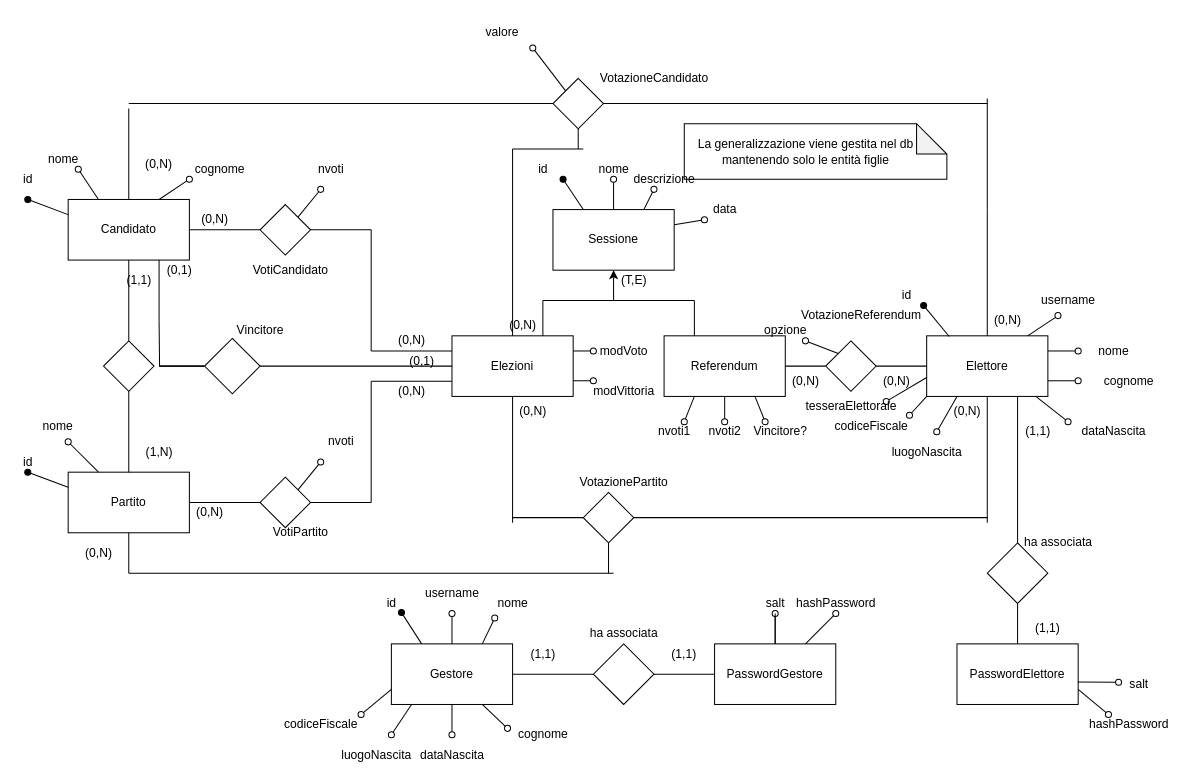
Earlier version of the draw.io diagram docs/Scherma ER.drawio (gbrsni/votoElettronico). Source tidied: cells renumbered, new cells numbered last; positions are measured from the earlier drawing's top-left corner, leaving out a move shared by most shapes. Both pictures are drawn from the tidied source at 101%, with x=0, y=0 at pixel (17, 17).
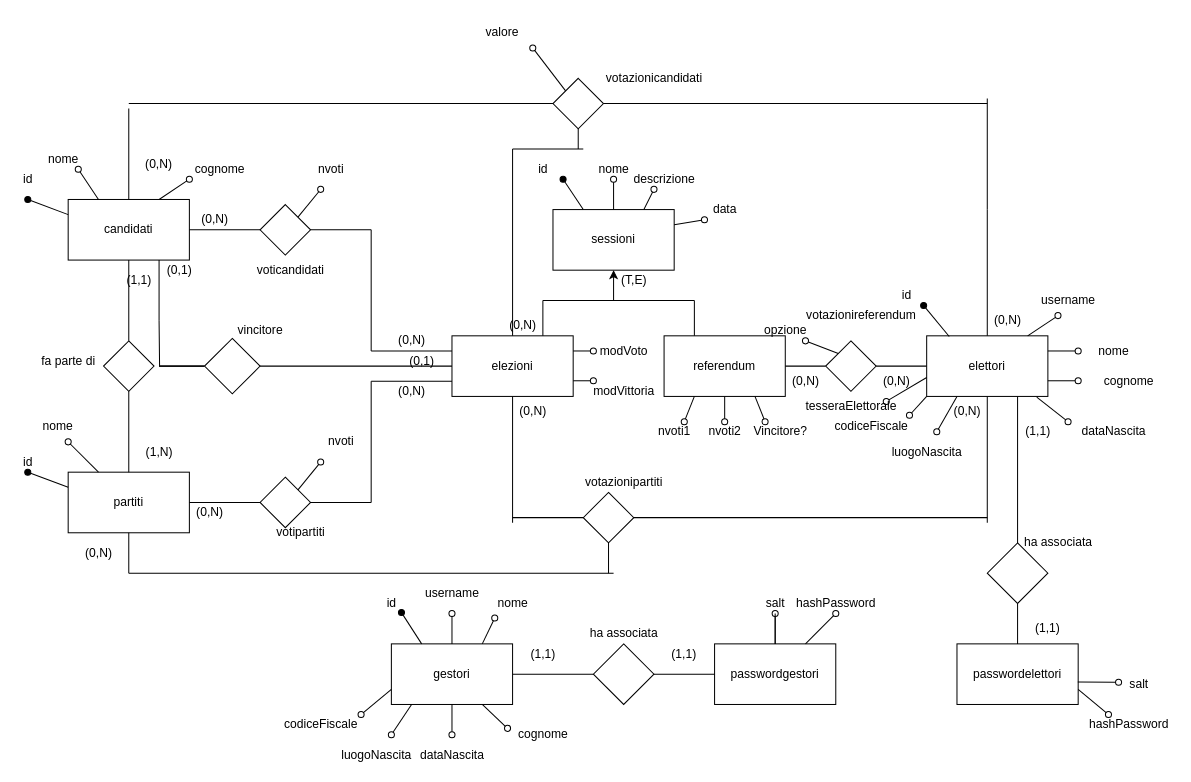
After the change.

Commit message:
modifica nomi tabelle

Diff of the diagram source:
```diff
@@
-    <mxCell id="2" style="shape=note;whiteSpace=wrap;html=1;backgroundOutline=1;darkOpacity=0.05;" parent="1" vertex="1">
-      <mxGeometry x="660" y="105" width="260" height="55" as="geometry" />
-    </mxCell>
-    <mxCell id="3" value="Candidato" style="rounded=0;whiteSpace=wrap;html=1;" parent="1" vertex="1">
+    <mxCell id="3" value="candidati" style="rounded=0;whiteSpace=wrap;html=1;" parent="1" vertex="1">
       <mxGeometry x="50" y="180" width="120" height="60" as="geometry" />
     </mxCell>
-    <mxCell id="4" value="Partito" style="rounded=0;whiteSpace=wrap;html=1;" parent="1" vertex="1">
+    <mxCell id="4" value="partiti" style="rounded=0;whiteSpace=wrap;html=1;" parent="1" vertex="1">
       <mxGeometry x="50" y="450" width="120" height="60" as="geometry" />
     </mxCell>
@@
-    <mxCell id="24" value="Elezioni" style="rounded=0;whiteSpace=wrap;html=1;" parent="1" vertex="1">
+    <mxCell id="24" value="elezioni" style="rounded=0;whiteSpace=wrap;html=1;" parent="1" vertex="1">
       <mxGeometry x="430" y="315" width="120" height="60" as="geometry" />
     </mxCell>
-    <mxCell id="25" value="VotiPartito" style="text;html=1;align=center;verticalAlign=middle;strokeColor=none;fillColor=none;" parent="1" vertex="1">
-      <mxGeometry x="245" y="500" width="70" height="20" as="geometry" />
+    <mxCell id="25" value="votipartiti" style="text;html=1;align=center;verticalAlign=middle;strokeColor=none;fillColor=none;" parent="1" vertex="1">
+      <mxGeometry x="250" y="500" width="60" height="20" as="geometry" />
     </mxCell>
-    <mxCell id="26" value="VotiCandidato" style="text;html=1;align=center;verticalAlign=middle;strokeColor=none;fillColor=none;" parent="1" vertex="1">
-      <mxGeometry x="225" y="240" width="90" height="20" as="geometry" />
+    <mxCell id="26" value="voticandidati" style="text;html=1;align=center;verticalAlign=middle;strokeColor=none;fillColor=none;" parent="1" vertex="1">
+      <mxGeometry x="230" y="240" width="80" height="20" as="geometry" />
     </mxCell>
@@
-    <mxCell id="31" value="Elettore" style="rounded=0;whiteSpace=wrap;html=1;" parent="1" vertex="1">
+    <mxCell id="31" value="elettori" style="rounded=0;whiteSpace=wrap;html=1;" parent="1" vertex="1">
       <mxGeometry x="900" y="315" width="120" height="60" as="geometry" />
     </mxCell>
@@
-    <mxCell id="40" value="VotazionePartito" style="text;html=1;align=center;verticalAlign=middle;strokeColor=none;fillColor=none;" parent="1" vertex="1">
-      <mxGeometry x="550" y="450" width="100" height="20" as="geometry" />
+    <mxCell id="40" value="votazionipartiti" style="text;html=1;align=center;verticalAlign=middle;strokeColor=none;fillColor=none;" parent="1" vertex="1">
+      <mxGeometry x="555" y="450" width="90" height="20" as="geometry" />
     </mxCell>
@@
-    <mxCell id="44" value="VotazioneCandidato" style="text;html=1;align=center;verticalAlign=middle;strokeColor=none;fillColor=none;" parent="1" vertex="1">
-      <mxGeometry x="570" y="50" width="120" height="20" as="geometry" />
+    <mxCell id="44" value="votazionicandidati" style="text;html=1;align=center;verticalAlign=middle;strokeColor=none;fillColor=none;" parent="1" vertex="1">
+      <mxGeometry x="575" y="50" width="110" height="20" as="geometry" />
     </mxCell>
@@
-    <mxCell id="48" value="Referendum" style="rounded=0;whiteSpace=wrap;html=1;" parent="1" vertex="1">
+    <mxCell id="48" value="referendum" style="rounded=0;whiteSpace=wrap;html=1;" parent="1" vertex="1">
       <mxGeometry x="640" y="315" width="120" height="60" as="geometry" />
     </mxCell>
@@
-    <mxCell id="54" value="VotazioneReferendum" style="text;html=1;align=center;verticalAlign=middle;strokeColor=none;fillColor=none;" parent="1" vertex="1">
-      <mxGeometry x="770" y="285" width="130" height="20" as="geometry" />
+    <mxCell id="54" value="votazionireferendum" style="text;html=1;align=center;verticalAlign=middle;strokeColor=none;fillColor=none;" parent="1" vertex="1">
+      <mxGeometry x="775" y="285" width="120" height="20" as="geometry" />
     </mxCell>
-    <mxCell id="55" value="Gestore" style="rounded=0;whiteSpace=wrap;html=1;" parent="1" vertex="1">
+    <mxCell id="55" value="gestori" style="rounded=0;whiteSpace=wrap;html=1;" parent="1" vertex="1">
       <mxGeometry x="370" y="620" width="120" height="60" as="geometry" />
     </mxCell>
-    <mxCell id="56" value="PasswordGestore" style="rounded=0;whiteSpace=wrap;html=1;" parent="1" vertex="1">
+    <mxCell id="56" value="passwordgestori" style="rounded=0;whiteSpace=wrap;html=1;" parent="1" vertex="1">
       <mxGeometry x="690" y="620" width="120" height="60" as="geometry" />
     </mxCell>
@@
-    <mxCell id="60" value="PasswordElettore" style="rounded=0;whiteSpace=wrap;html=1;" parent="1" vertex="1">
+    <mxCell id="60" value="passwordelettori" style="rounded=0;whiteSpace=wrap;html=1;" parent="1" vertex="1">
       <mxGeometry x="930" y="620" width="120" height="60" as="geometry" />
     </mxCell>
@@
-    <mxCell id="127" value="Sessione" style="rounded=0;whiteSpace=wrap;html=1;" parent="1" vertex="1">
+    <mxCell id="127" value="sessioni" style="rounded=0;whiteSpace=wrap;html=1;" parent="1" vertex="1">
       <mxGeometry x="530" y="190" width="120" height="60" as="geometry" />
     </mxCell>
@@
-    <mxCell id="137" value="La generalizzazione viene gestita nel db&lt;br&gt;mantenendo solo le entità figlie" style="text;html=1;align=center;verticalAlign=middle;strokeColor=none;fillColor=none;" parent="1" vertex="1">
-      <mxGeometry x="665" y="117.5" width="230" height="30" as="geometry" />
-    </mxCell>
@@
-    <mxCell id="159" value="Vincitore" style="text;html=1;align=center;verticalAlign=middle;strokeColor=none;fillColor=none;" parent="1" vertex="1">
+    <mxCell id="159" value="vincitore" style="text;html=1;align=center;verticalAlign=middle;strokeColor=none;fillColor=none;" parent="1" vertex="1">
       <mxGeometry x="210" y="300" width="60" height="20" as="geometry" />
     </mxCell>
@@
+    <mxCell id="165" value="fa parte di" style="text;html=1;align=center;verticalAlign=middle;strokeColor=none;fillColor=none;" parent="1" vertex="1">
+      <mxGeometry x="15" y="330" width="70" height="20" as="geometry" />
+    </mxCell>
```
